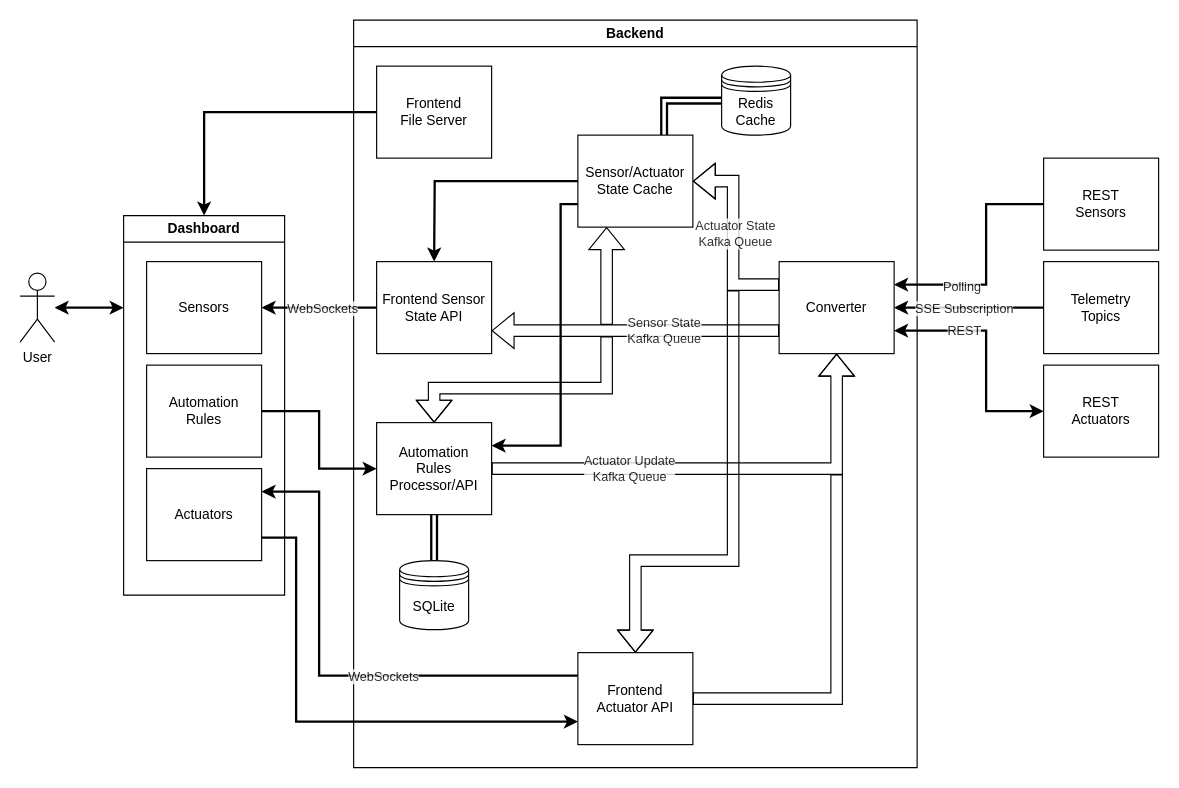
Loriv3/1933943_LoAP keeps this draw.io diagram as booklets/architecture.drawio. Above is the earlier version. Source tidied: cells renumbered, new cells numbered last; positions are measured from the earlier drawing's top-left corner, leaving out a move shared by most shapes. Both pictures are drawn from the tidied source at 115%, with x=0, y=0 at pixel (20, 20).
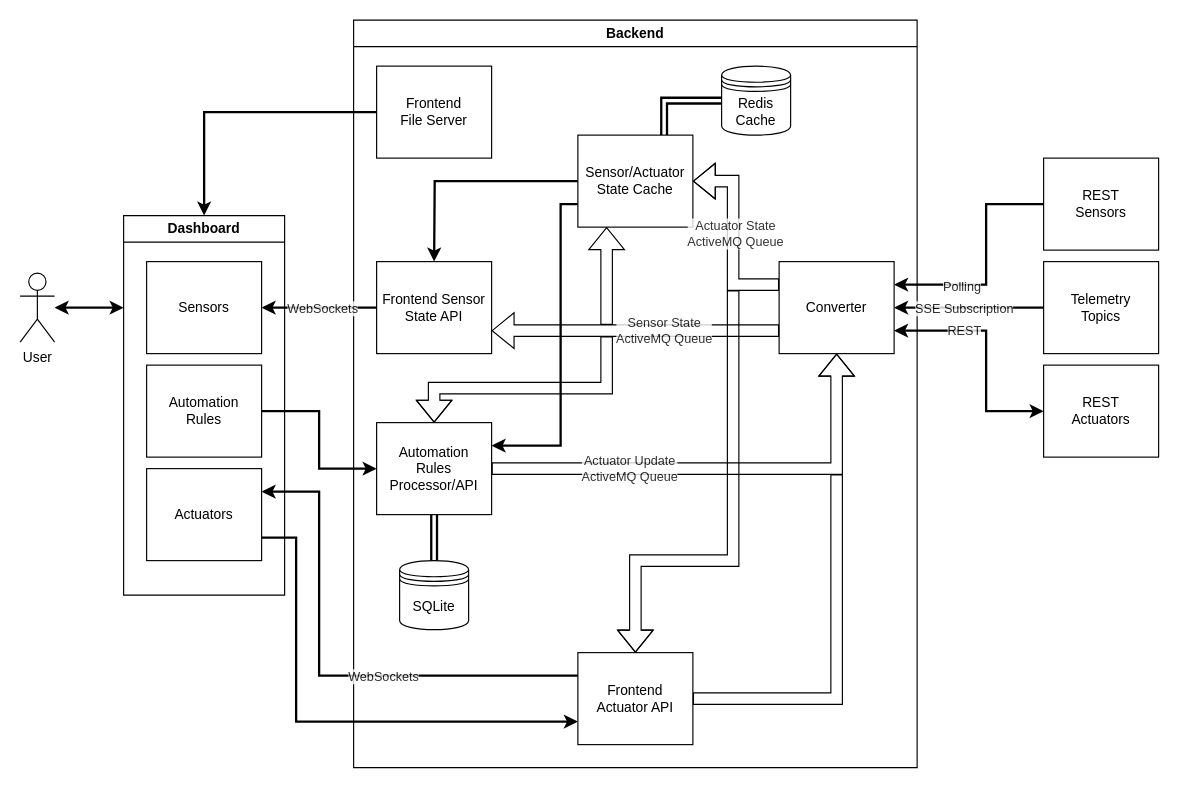
After the change.

Unchanged cells that the change refers to:
```xml
<mxCell id="9" value="Backend" style="swimlane;whiteSpace=wrap;html=1;startSize=23;" parent="1" vertex="1">
  <mxGeometry x="290" width="490" height="650" as="geometry" />
</mxCell>
<mxCell id="10" value="Converter" style="rounded=0;whiteSpace=wrap;html=1;" parent="9" vertex="1">
  <mxGeometry x="370" y="210" width="100" height="80" as="geometry" />
</mxCell>
<mxCell id="12" value="Frontend Sensor State API" style="rounded=0;whiteSpace=wrap;html=1;" parent="9" vertex="1">
  <mxGeometry x="20" y="210" width="100" height="80" as="geometry" />
</mxCell>
<mxCell id="14" value="Automation&lt;div&gt;Rules&lt;/div&gt;&lt;div&gt;Processor/API&lt;/div&gt;" style="rounded=0;whiteSpace=wrap;html=1;" parent="9" vertex="1">
  <mxGeometry x="20" y="350" width="100" height="80" as="geometry" />
</mxCell>
<mxCell id="26" style="shape=flexArrow;endArrow=classic;html=1;rounded=0;entryX=1;entryY=0.5;entryDx=0;entryDy=0;exitX=0;exitY=0.25;exitDx=0;exitDy=0;" parent="9" edge="1" source="10" target="18">
  <mxGeometry relative="1" as="geometry">
    <Array as="points">
      <mxPoint x="330" y="230" />
      <mxPoint x="330" y="140" />
    </Array>
  </mxGeometry>
</mxCell>
```

Change to the diagram source:
```diff
@@
-    <mxCell id="13" value="Sensor State&lt;div&gt;Kafka Queue&lt;/div&gt;" style="shape=flexArrow;endArrow=classic;html=1;rounded=0;entryX=1;entryY=0.75;entryDx=0;entryDy=0;textOpacity=80;exitX=0;exitY=0.75;exitDx=0;exitDy=0;" parent="9" edge="1" source="10" target="12">
+    <mxCell id="13" value="Sensor State&lt;div&gt;ActiveMQ Queue&lt;/div&gt;" style="shape=flexArrow;endArrow=classic;html=1;rounded=0;entryX=1;entryY=0.75;entryDx=0;entryDy=0;textOpacity=80;exitX=0;exitY=0.75;exitDx=0;exitDy=0;" parent="9" edge="1" source="10" target="12">
       <mxGeometry x="-0.2" relative="1" as="geometry" />
     </mxCell>
@@
-    <mxCell id="20" value="Actuator Update&lt;div&gt;Kafka Queue&lt;/div&gt;" style="shape=flexArrow;endArrow=classic;html=1;rounded=0;entryX=0.5;entryY=1;entryDx=0;entryDy=0;exitX=1;exitY=0.5;exitDx=0;exitDy=0;textOpacity=80;" parent="9" edge="1" source="14">
+    <mxCell id="20" value="Actuator Update&lt;div&gt;ActiveMQ Queue&lt;/div&gt;" style="shape=flexArrow;endArrow=classic;html=1;rounded=0;entryX=0.5;entryY=1;entryDx=0;entryDy=0;exitX=1;exitY=0.5;exitDx=0;exitDy=0;textOpacity=80;" parent="9" edge="1" source="14">
       <mxGeometry x="-0.4" relative="1" as="geometry">
         <mxPoint x="420" y="290" as="targetPoint" />
         <Array as="points">
           <mxPoint x="420" y="390" />
         </Array>
       </mxGeometry>
     </mxCell>
@@
-    <mxCell id="27" value="Actuator State&lt;div&gt;Kafka Queue&lt;/div&gt;" style="edgeLabel;html=1;align=center;verticalAlign=middle;textOpacity=80;" parent="26" vertex="1">
+    <mxCell id="27" value="Actuator State&lt;div&gt;ActiveMQ Queue&lt;/div&gt;" style="edgeLabel;html=1;align=center;verticalAlign=middle;textOpacity=80;" parent="26" vertex="1">
       <mxGeometry x="0.03" y="-1" relative="1" as="geometry" />
     </mxCell>
```
